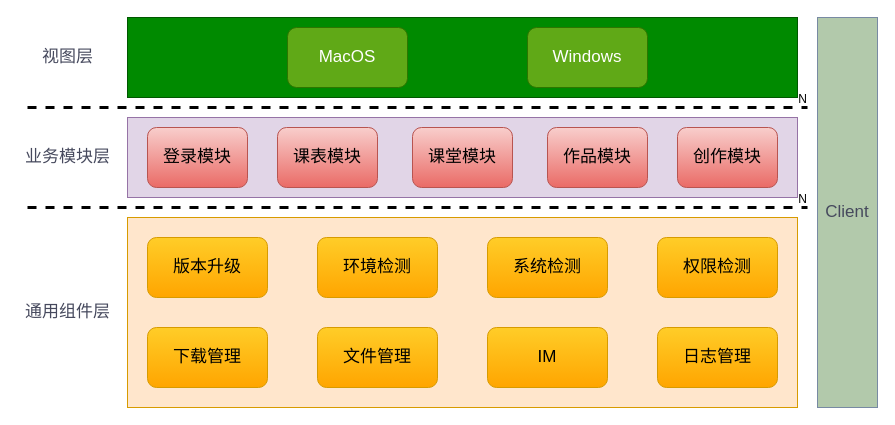
Before: 未命名绘图.drawio in liujianhang1314/-, a draw.io diagram. Source tidied: cells renumbered, new cells numbered last; positions are measured from the earlier drawing's top-left corner, leaving out a move shared by most shapes. Both pictures are drawn from the tidied source at 100%, with x=0, y=0 at pixel (17, 17).
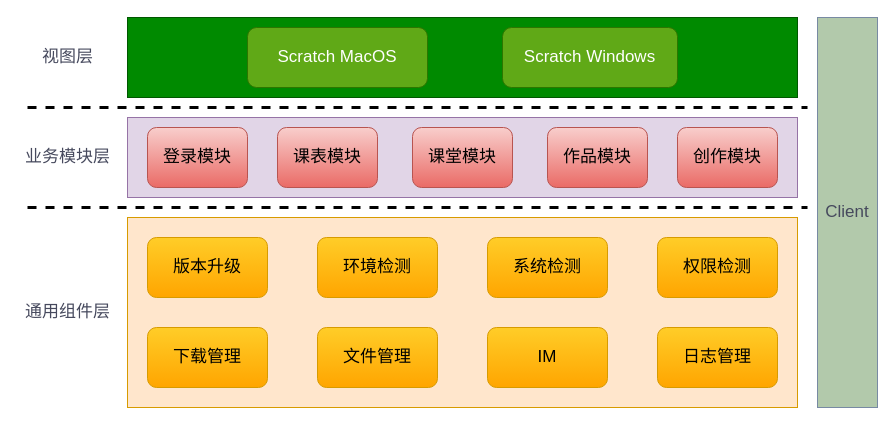
The same page after the edit.

Commit message (it also covers changes not shown here):
更新未命名绘图.drawio

Unchanged cells that the change refers to:
```xml
<mxCell id="6" style="endArrow=none;html=1;rounded=1;dashed=1;fillColor=#B2C9AB;fontSize=17;fontColor=#46495D;strokeWidth=3;" parent="1" edge="1">
  <mxGeometry relative="1" as="geometry">
    <mxPoint x="10" y="90" as="sourcePoint" />
    <mxPoint x="790" y="90" as="targetPoint" />
  </mxGeometry>
</mxCell>
<mxCell id="15" style="endArrow=none;html=1;rounded=1;dashed=1;fillColor=#B2C9AB;fontSize=17;fontColor=#46495D;strokeWidth=3;" parent="1" edge="1">
  <mxGeometry relative="1" as="geometry">
    <mxPoint x="10" y="190" as="sourcePoint" />
    <mxPoint x="790" y="190" as="targetPoint" />
  </mxGeometry>
</mxCell>
```

What changed in the source:
```diff
@@
-    <mxCell id="4" value="MacOS" style="rounded=1;whiteSpace=wrap;html=1;sketch=0;strokeColor=#2D7600;fillColor=#60a917;fontSize=17;fontColor=#ffffff;" parent="1" vertex="1">
-      <mxGeometry x="270" y="10" width="120" height="60" as="geometry" />
+    <mxCell id="4" value="&lt;span&gt;Scratch&amp;nbsp;&lt;/span&gt;MacOS" style="rounded=1;whiteSpace=wrap;html=1;sketch=0;strokeColor=#2D7600;fillColor=#60a917;fontSize=17;fontColor=#ffffff;" parent="1" vertex="1">
+      <mxGeometry x="230" y="10" width="180" height="60" as="geometry" />
     </mxCell>
-    <mxCell id="5" value="Windows" style="rounded=1;whiteSpace=wrap;html=1;sketch=0;strokeColor=#2D7600;fillColor=#60a917;fontSize=17;fontColor=#ffffff;" parent="1" vertex="1">
-      <mxGeometry x="510" y="10" width="120" height="60" as="geometry" />
-    </mxCell>
@@
-    <mxCell id="7" value="N" style="html=1;align=right;verticalAlign=bottom;" parent="6" vertex="1">
-      <mxGeometry x="1" relative="1" as="geometry" />
-    </mxCell>
@@
-    <mxCell id="16" value="N" style="html=1;align=right;verticalAlign=bottom;" parent="15" vertex="1">
-      <mxGeometry x="1" relative="1" as="geometry" />
-    </mxCell>
@@
+    <mxCell id="28" value="&lt;span&gt;Scratch Windows&lt;/span&gt;" style="rounded=1;whiteSpace=wrap;html=1;sketch=0;strokeColor=#2D7600;fillColor=#60a917;fontSize=17;fontColor=#ffffff;" parent="1" vertex="1">
+      <mxGeometry x="485" y="10" width="175" height="60" as="geometry" />
+    </mxCell>
```
